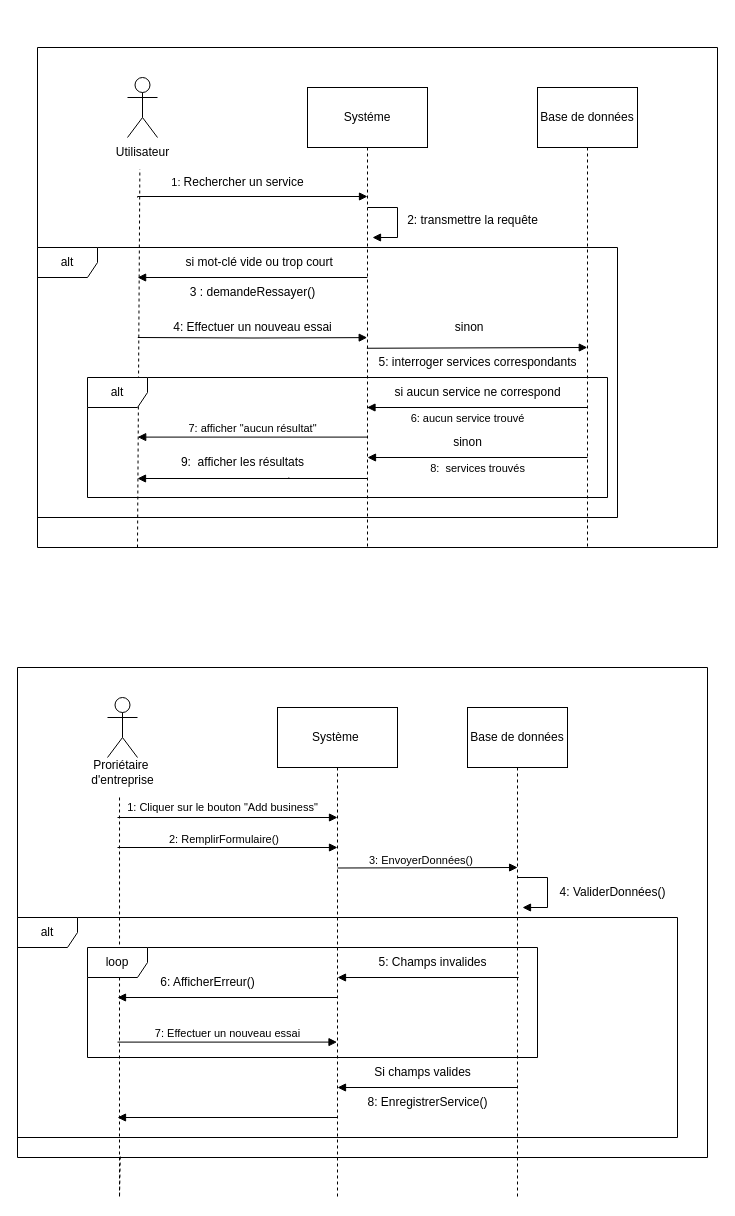
This is se.drawio from Rahma3-sys/Searchgi, a draw.io file, before an edit. Source tidied: cells renumbered, new cells numbered last; positions are measured from the earlier drawing's top-left corner, leaving out a move shared by most shapes. Both pictures are drawn from the tidied source at 100%, with x=0, y=0 at pixel (17, 47).
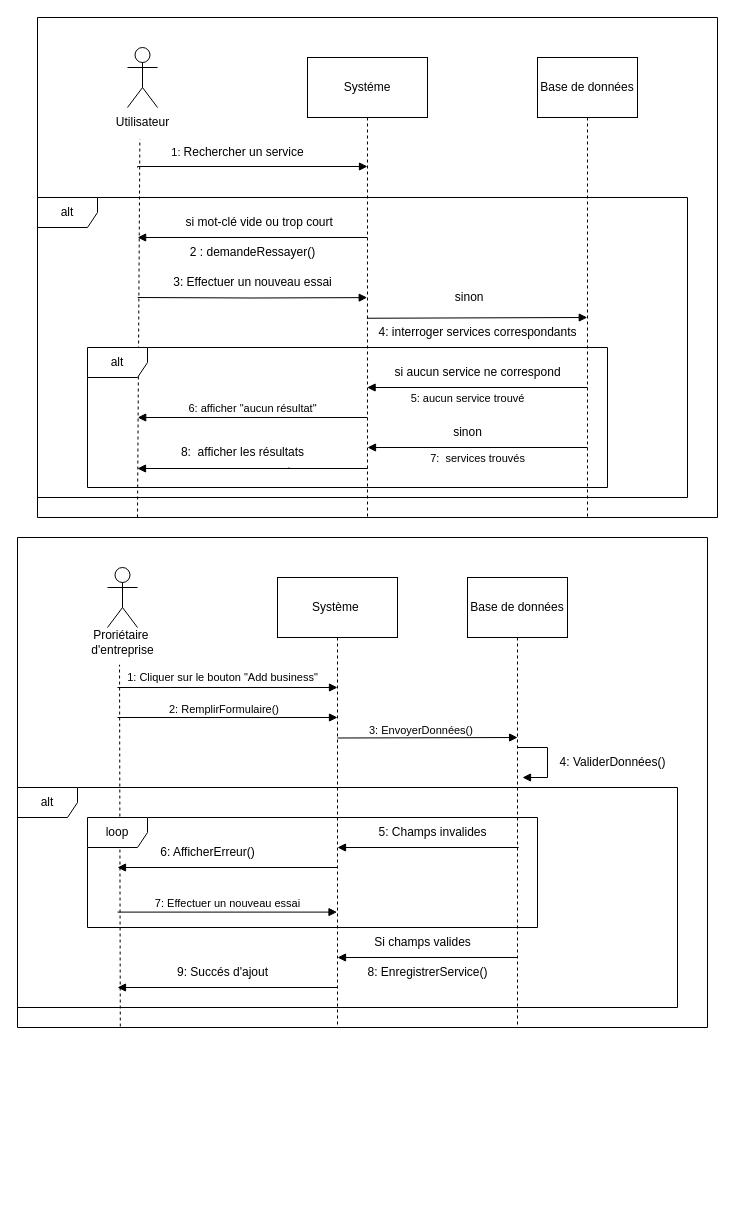
The same page after the edit.

Commit message:
seqrecherche et ajout cat

Unchanged cells that the change refers to:
```xml
<mxCell id="3" value="Proriétaire&amp;nbsp;&lt;div&gt;d'entreprise&lt;/div&gt;" style="text;html=1;align=center;verticalAlign=middle;points=[];strokeColor=none;fillColor=none;" parent="2" vertex="1">
  <mxGeometry x="60" y="85" width="90" height="40" as="geometry" />
</mxCell>
<mxCell id="32" value="Systéme" style="shape=umlLifeline;perimeter=lifelinePerimeter;whiteSpace=wrap;html=1;outlineConnect=0;portConstraint=eastwest;newEdgeStyle={&quot;curved&quot;:0,&quot;rounded&quot;:0};size=60;" parent="27" vertex="1">
  <mxGeometry x="270" y="40" width="120" height="460" as="geometry" />
</mxCell>
```

The edit, as a diff of the source:
```diff
@@
     <mxCell id="2" style="swimlane;startSize=0;" parent="1" vertex="1">
-      <mxGeometry y="620" width="690" height="490" as="geometry" />
+      <mxGeometry y="490" width="690" height="490" as="geometry" />
     </mxCell>
@@
     <mxCell id="4" style="endArrow=none;dashed=1;html=1;rounded=0;entryX=0.467;entryY=1.056;entryDx=0;entryDy=0;entryPerimeter=0;exitX=0.149;exitY=0.998;exitDx=0;exitDy=0;exitPerimeter=0;" parent="2" edge="1" source="2" target="3">
-      <mxGeometry relative="1" as="geometry">
-        <Array as="points">
-          <mxPoint x="102" y="530" />
-        </Array>
-      </mxGeometry>
+      <mxGeometry relative="1" as="geometry" />
     </mxCell>
@@
     <mxCell id="10" value="Système&amp;nbsp;" style="shape=umlLifeline;perimeter=lifelinePerimeter;whiteSpace=wrap;html=1;outlineConnect=0;portConstraint=eastwest;newEdgeStyle={&quot;curved&quot;:0,&quot;rounded&quot;:0};size=60;" parent="2" vertex="1">
-      <mxGeometry x="260" y="40" width="120" height="490" as="geometry" />
+      <mxGeometry x="260" y="40" width="120" height="450" as="geometry" />
     </mxCell>
     <mxCell id="11" value="Base de données" style="shape=umlLifeline;perimeter=lifelinePerimeter;whiteSpace=wrap;html=1;newEdgeStyle={&quot;curved&quot;:0,&quot;rounded&quot;:0};size=60;" parent="2" vertex="1">
-      <mxGeometry x="450" y="40" width="100" height="490" as="geometry" />
+      <mxGeometry x="450" y="40" width="100" height="450" as="geometry" />
     </mxCell>
@@
+    <mxCell id="54" value="9: Succés d'ajout" style="text;html=1;align=center;verticalAlign=middle;strokeColor=none;fillColor=none;" parent="2" vertex="1">
+      <mxGeometry x="150" y="420" width="110" height="30" as="geometry" />
+    </mxCell>
     <mxCell id="27" style="swimlane;startSize=0;" parent="1" vertex="1">
-      <mxGeometry x="20" width="680" height="500" as="geometry" />
+      <mxGeometry x="20" y="-30" width="680" height="500" as="geometry" />
     </mxCell>
@@
     <mxCell id="31" style="html=1;verticalAlign=bottom;endArrow=block;curved=0;rounded=0;" parent="27" edge="1">
       <mxGeometry x="0.56" y="30" relative="1" as="geometry">
-        <mxPoint x="329.9" y="230" as="sourcePoint" />
-        <mxPoint x="100.1" y="230" as="targetPoint" />
+        <mxPoint x="329.9" y="220" as="sourcePoint" />
+        <mxPoint x="100.1" y="220" as="targetPoint" />
       </mxGeometry>
     </mxCell>
@@
     <mxCell id="36" style="endArrow=block;endFill=1;html=1;edgeStyle=orthogonalEdgeStyle;align=left;verticalAlign=top;rounded=0;entryX=0.495;entryY=0.667;entryDx=0;entryDy=0;entryPerimeter=0;" parent="27" edge="1">
       <mxGeometry x="-1" relative="1" as="geometry">
-        <mxPoint x="100.3" y="290" as="sourcePoint" />
-        <mxPoint x="329.7" y="290.1" as="targetPoint" />
+        <mxPoint x="100.3" y="280" as="sourcePoint" />
+        <mxPoint x="329.7" y="280.1" as="targetPoint" />
       </mxGeometry>
     </mxCell>
     <mxCell id="37" value="alt" style="shape=umlFrame;whiteSpace=wrap;html=1;" parent="27" vertex="1">
-      <mxGeometry y="200" width="580" height="270" as="geometry" />
+      <mxGeometry y="180" width="650" height="300" as="geometry" />
     </mxCell>
     <mxCell id="38" value="&amp;nbsp; &amp;nbsp; &amp;nbsp; &amp;nbsp; &amp;nbsp; &amp;nbsp; &amp;nbsp; &amp;nbsp; &amp;nbsp; &amp;nbsp; &amp;nbsp; si&amp;nbsp;mot-clé vide ou trop court" style="text;html=1;align=center;verticalAlign=middle;strokeColor=none;fillColor=none;" parent="27" vertex="1">
-      <mxGeometry x="65" y="200" width="240" height="30" as="geometry" />
+      <mxGeometry x="65" y="190" width="240" height="30" as="geometry" />
     </mxCell>
-    <mxCell id="39" style="html=1;align=left;spacingLeft=2;endArrow=block;rounded=0;edgeStyle=orthogonalEdgeStyle;curved=0;rounded=0;" parent="27" edge="1">
-      <mxGeometry x="1" y="66" relative="1" as="geometry">
-        <mxPoint x="330" y="160" as="sourcePoint" />
-        <mxPoint x="335" y="190" as="targetPoint" />
-        <Array as="points">
-          <mxPoint x="360" y="190" />
-        </Array>
-        <mxPoint x="-65" y="-56" as="offset" />
-      </mxGeometry>
-    </mxCell>
-    <mxCell id="40" value="2:&amp;nbsp;transmettre la requête" style="text;html=1;align=center;verticalAlign=middle;strokeColor=none;fillColor=none;" parent="27" vertex="1">
-      <mxGeometry x="360" y="158" width="150" height="30" as="geometry" />
-    </mxCell>
-    <mxCell id="41" value="4: Effectuer un nouveau essai" style="text;html=1;align=center;verticalAlign=middle;strokeColor=none;fillColor=none;" parent="27" vertex="1">
-      <mxGeometry x="125" y="265" width="180" height="30" as="geometry" />
+    <mxCell id="41" value="3: Effectuer un nouveau essai" style="text;html=1;align=center;verticalAlign=middle;strokeColor=none;fillColor=none;" parent="27" vertex="1">
+      <mxGeometry x="125" y="250" width="180" height="30" as="geometry" />
     </mxCell>
-    <mxCell id="42" value="3 : demandeRessayer()" style="text;html=1;align=center;verticalAlign=middle;strokeColor=none;fillColor=none;" parent="27" vertex="1">
-      <mxGeometry x="140" y="230" width="150" height="30" as="geometry" />
+    <mxCell id="42" value="2 : demandeRessayer()" style="text;html=1;align=center;verticalAlign=middle;strokeColor=none;fillColor=none;" parent="27" vertex="1">
+      <mxGeometry x="140" y="220" width="150" height="30" as="geometry" />
     </mxCell>
     <mxCell id="43" value="alt" style="shape=umlFrame;whiteSpace=wrap;html=1;" parent="27" vertex="1">
-      <mxGeometry x="50" y="330" width="520" height="120" as="geometry" />
+      <mxGeometry x="50" y="330" width="520" height="140" as="geometry" />
     </mxCell>
@@
-    <mxCell id="46" value="5:&amp;nbsp;interroger services correspondants" style="text;html=1;align=center;verticalAlign=middle;points=[];strokeColor=none;fillColor=none;" parent="27" vertex="1">
+    <mxCell id="46" value="4:&amp;nbsp;interroger services correspondants" style="text;html=1;align=center;verticalAlign=middle;points=[];strokeColor=none;fillColor=none;" parent="27" vertex="1">
       <mxGeometry x="330" y="300" width="220" height="30" as="geometry" />
     </mxCell>
-    <mxCell id="47" value="6: aucun service trouvé" style="html=1;verticalAlign=bottom;endArrow=block;curved=0;rounded=0;" parent="27" edge="1" target="32">
+    <mxCell id="47" value="5: aucun service trouvé" style="html=1;verticalAlign=bottom;endArrow=block;curved=0;rounded=0;" parent="27" edge="1">
       <mxGeometry x="0.09" y="20" relative="1" as="geometry">
-        <mxPoint x="550" y="360" as="sourcePoint" />
+        <mxPoint x="550" y="370" as="sourcePoint" />
+        <mxPoint x="329.6" y="370" as="targetPoint" />
       </mxGeometry>
     </mxCell>
-    <mxCell id="48" value="7: afficher &quot;aucun résultat&quot;" style="html=1;verticalAlign=bottom;endArrow=block;curved=0;rounded=0;" parent="27" edge="1">
+    <mxCell id="48" value="6: afficher &quot;aucun résultat&quot;" style="html=1;verticalAlign=bottom;endArrow=block;curved=0;rounded=0;" parent="27" edge="1">
       <mxGeometry relative="1" as="geometry">
-        <mxPoint x="329.8" y="389.6" as="sourcePoint" />
-        <mxPoint x="100.2" y="389.6" as="targetPoint" />
+        <mxPoint x="329.8" y="400" as="sourcePoint" />
+        <mxPoint x="100.2" y="400" as="targetPoint" />
       </mxGeometry>
     </mxCell>
-    <mxCell id="49" value="8:&amp;nbsp; services trouvés" style="html=1;verticalAlign=bottom;endArrow=block;curved=0;rounded=0;" parent="27" edge="1">
+    <mxCell id="49" value="7:&amp;nbsp; services trouvés" style="html=1;verticalAlign=bottom;endArrow=block;curved=0;rounded=0;" parent="27" edge="1">
       <mxGeometry y="20" relative="1" as="geometry">
-        <mxPoint x="550" y="410" as="sourcePoint" />
-        <mxPoint x="330" y="410" as="targetPoint" />
+        <mxPoint x="550" y="430" as="sourcePoint" />
+        <mxPoint x="330" y="430" as="targetPoint" />
       </mxGeometry>
     </mxCell>
     <mxCell id="50" style="endArrow=block;endFill=1;html=1;edgeStyle=orthogonalEdgeStyle;align=left;verticalAlign=top;rounded=0;" parent="27" edge="1">
       <mxGeometry x="-1" relative="1" as="geometry">
-        <mxPoint x="251.3" y="430" as="sourcePoint" />
-        <mxPoint x="100" y="431" as="targetPoint" />
+        <mxPoint x="251.3" y="450" as="sourcePoint" />
+        <mxPoint x="100" y="451" as="targetPoint" />
         <Array as="points">
-          <mxPoint x="251" y="431" />
-          <mxPoint x="330" y="431" />
+          <mxPoint x="251" y="451" />
+          <mxPoint x="330" y="451" />
         </Array>
       </mxGeometry>
     </mxCell>
-    <mxCell id="51" value="9:&amp;nbsp;&amp;nbsp;afficher les résultats" style="text;html=1;align=center;verticalAlign=middle;strokeColor=none;fillColor=none;" parent="27" vertex="1">
-      <mxGeometry x="130" y="400" width="150" height="30" as="geometry" />
+    <mxCell id="51" value="8:&amp;nbsp;&amp;nbsp;afficher les résultats" style="text;html=1;align=center;verticalAlign=middle;strokeColor=none;fillColor=none;" parent="27" vertex="1">
+      <mxGeometry x="130" y="420" width="150" height="30" as="geometry" />
     </mxCell>
     <mxCell id="52" value="&amp;nbsp;si aucun service ne correspond&amp;nbsp;" style="text;html=1;align=center;verticalAlign=middle;strokeColor=none;fillColor=none;" parent="27" vertex="1">
-      <mxGeometry x="340" y="330" width="200" height="30" as="geometry" />
+      <mxGeometry x="340" y="340" width="200" height="30" as="geometry" />
     </mxCell>
     <mxCell id="53" value="sinon" style="text;html=1;align=center;verticalAlign=middle;strokeColor=none;fillColor=none;" parent="27" vertex="1">
-      <mxGeometry x="405" y="380" width="50" height="30" as="geometry" />
+      <mxGeometry x="405" y="400" width="50" height="30" as="geometry" />
     </mxCell>
```
